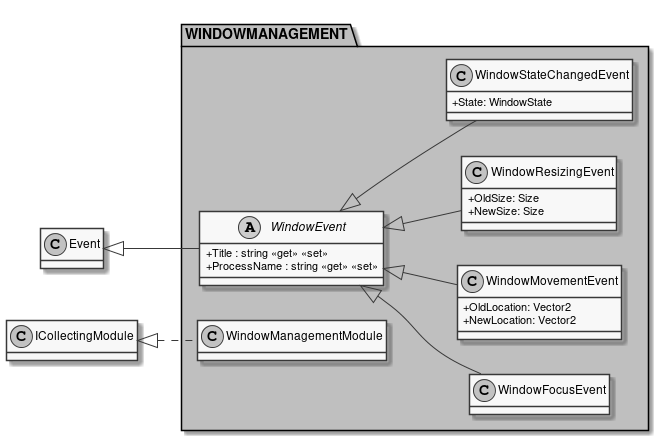
Above: documents/sd/resources/Packages/MODULES_WINDOWMANAGEMENT.png in insightmind/MORR (PlantUML), before the change.
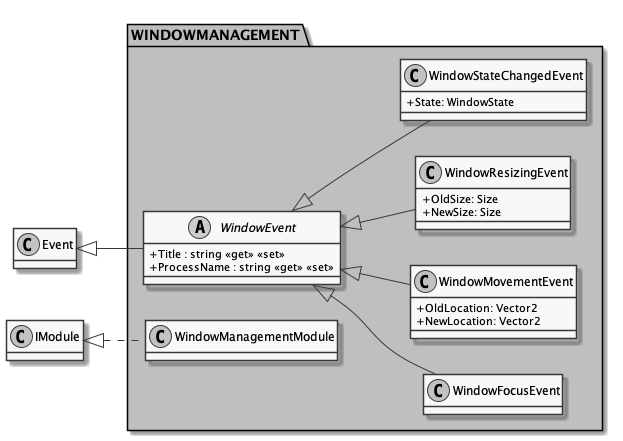
The same diagram one commit later.

What changed in the source:
```diff
@@ -34,7 +34,7 @@
         }
 
         Event <|-- WindowEvent
-        ICollectingModule <|.. WindowManagementModule
+        IModule <|.. WindowManagementModule
         WindowEvent <|-- WindowFocusEvent
         WindowEvent <|-- WindowMovementEvent
         WindowEvent <|-- WindowResizingEvent
```
